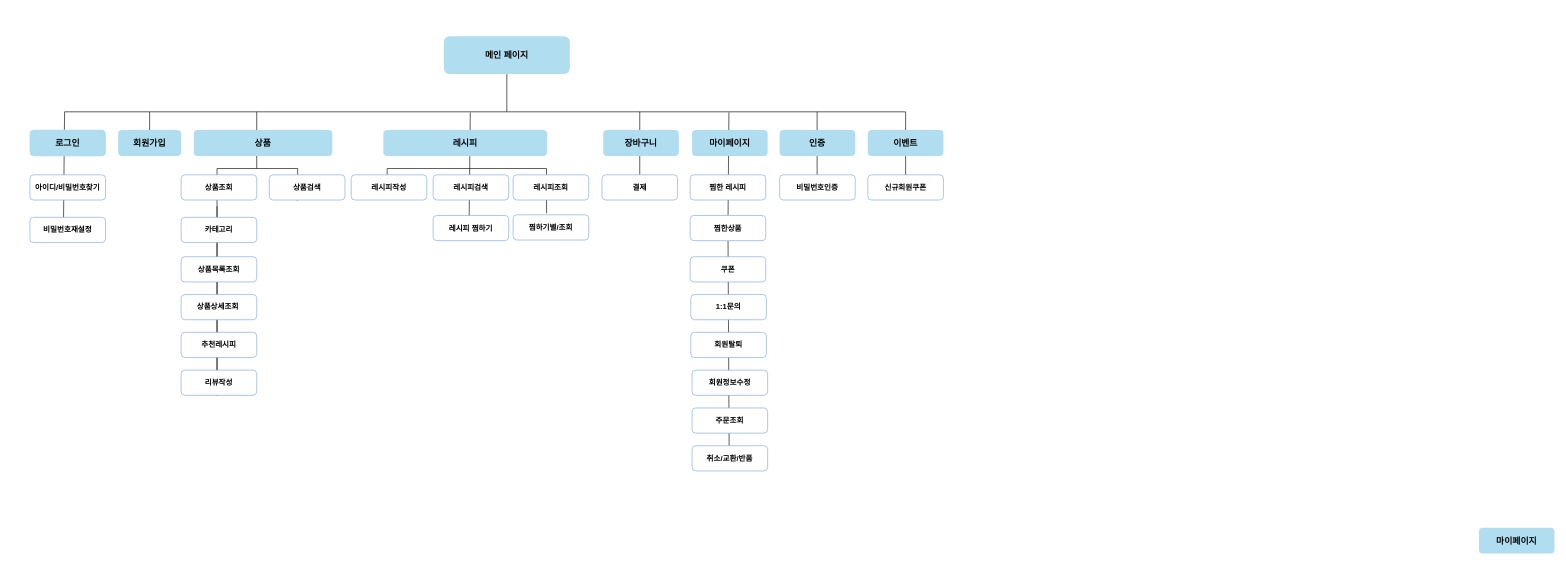
This is Flowchart.drawio from wjdwodhs/Flowchart, a draw.io file, before an edit. Source tidied: cells renumbered, new cells numbered last; positions are measured from the earlier drawing's top-left corner, leaving out a move shared by most shapes. Both pictures are drawn from the tidied source at 63%, with x=0, y=0 at pixel (30, 36).
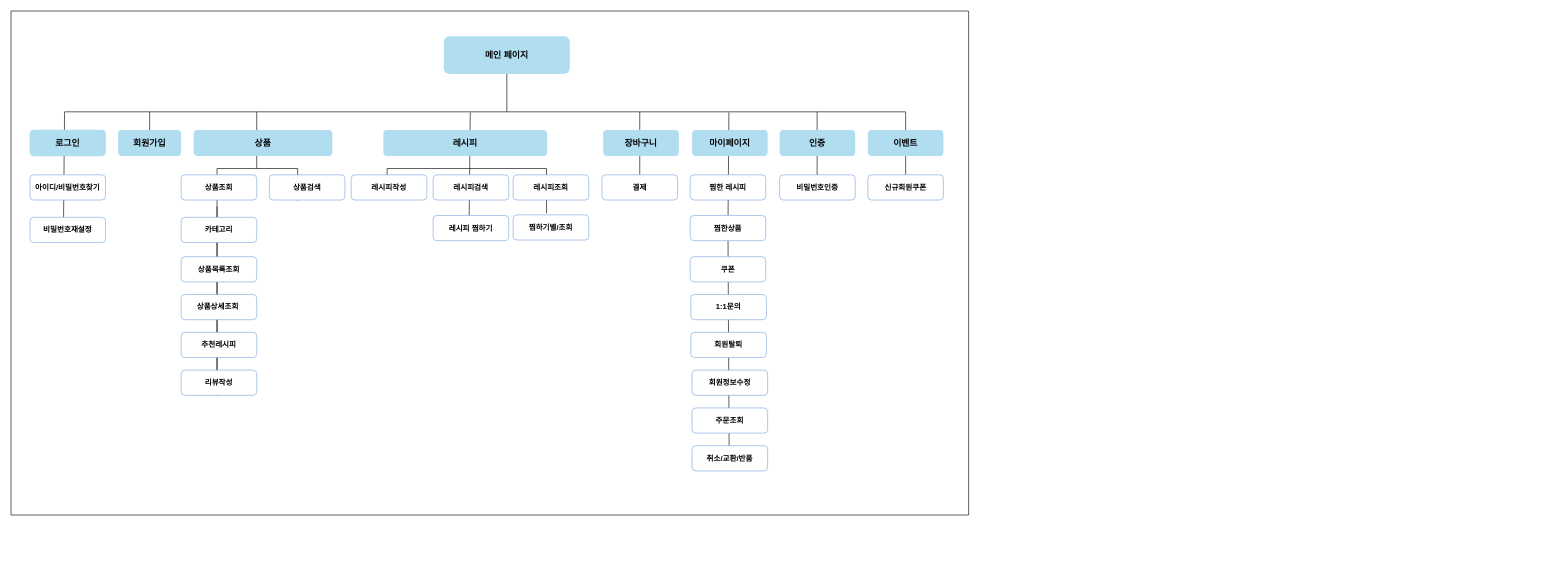
The same diagram, later.

Change to the diagram source:
```diff
@@
-    <mxCell id="19" value="&lt;h3&gt;&lt;span style=&quot;font-size: 14px;&quot;&gt;마이페이지&lt;/span&gt;&lt;/h3&gt;" style="rounded=1;whiteSpace=wrap;html=1;fillColor=#B1DDF0;strokeColor=none;" parent="1" vertex="1">
-      <mxGeometry x="2300" y="780" width="120" height="41" as="geometry" />
-    </mxCell>
@@
+    <mxCell id="54" style="endArrow=none;html=1;rounded=0;" parent="1" edge="1">
+      <mxGeometry relative="1" as="geometry">
+        <mxPoint x="-30" y="760" as="sourcePoint" />
+        <mxPoint x="-30" y="-40" as="targetPoint" />
+      </mxGeometry>
+    </mxCell>
+    <mxCell id="55" style="endArrow=none;html=1;rounded=0;" parent="1" edge="1">
+      <mxGeometry relative="1" as="geometry">
+        <mxPoint x="1490" y="760" as="sourcePoint" />
+        <mxPoint x="1490" y="-40" as="targetPoint" />
+      </mxGeometry>
+    </mxCell>
+    <mxCell id="56" style="endArrow=none;html=1;rounded=0;" parent="1" edge="1">
+      <mxGeometry relative="1" as="geometry">
+        <mxPoint x="1490" y="-40" as="sourcePoint" />
+        <mxPoint x="-30" y="-40" as="targetPoint" />
+      </mxGeometry>
+    </mxCell>
+    <mxCell id="57" style="endArrow=none;html=1;rounded=0;" parent="1" edge="1">
+      <mxGeometry relative="1" as="geometry">
+        <mxPoint x="1490" y="760" as="sourcePoint" />
+        <mxPoint x="-30" y="760" as="targetPoint" />
+      </mxGeometry>
+    </mxCell>
```
